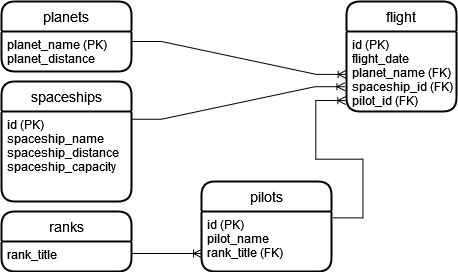
The draw.io diagram part1/cosmoport.drawio.png in Kolesa-Education/kolesa-upgrade-homework-4, before a commit. Source tidied: cells renumbered, new cells last; positions are measured from the earlier drawing's top-left corner, leaving out a move shared by most shapes.
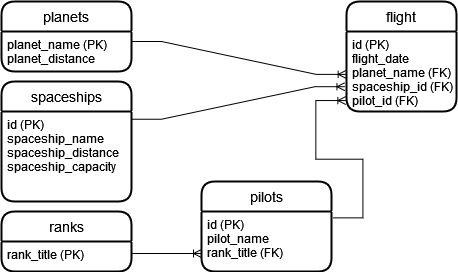
Above is the later version.

Commit message:
выполняю задание 4

What changed in the source:
```diff
@@ -38,7 +38,7 @@
     <mxCell id="13" value="ranks" style="swimlane;horizontal=1;startSize=30;rounded=1;fontSize=14;fontStyle=0;strokeWidth=2;shadow=0;dashed=0;align=center;" parent="1" vertex="1">
       <mxGeometry y="210" width="130" height="60" as="geometry" />
     </mxCell>
-    <mxCell id="14" value="rank_title&#10;&#10;" style="align=left;strokeColor=none;fillColor=none;spacingLeft=4;fontSize=12;verticalAlign=top;" parent="13" vertex="1">
+    <mxCell id="14" value="rank_title (PK)&#10;&#10;" style="align=left;strokeColor=none;fillColor=none;spacingLeft=4;fontSize=12;verticalAlign=top;" parent="13" vertex="1">
       <mxGeometry y="30" width="130" height="30" as="geometry" />
     </mxCell>
     <mxCell id="15" style="edgeStyle=entityRelationEdgeStyle;fontSize=12;html=1;endArrow=ERoneToMany;rounded=0;entryX=0;entryY=0.7;entryDx=0;entryDy=0;entryPerimeter=0;" parent="1" edge="1" target="9">
```
